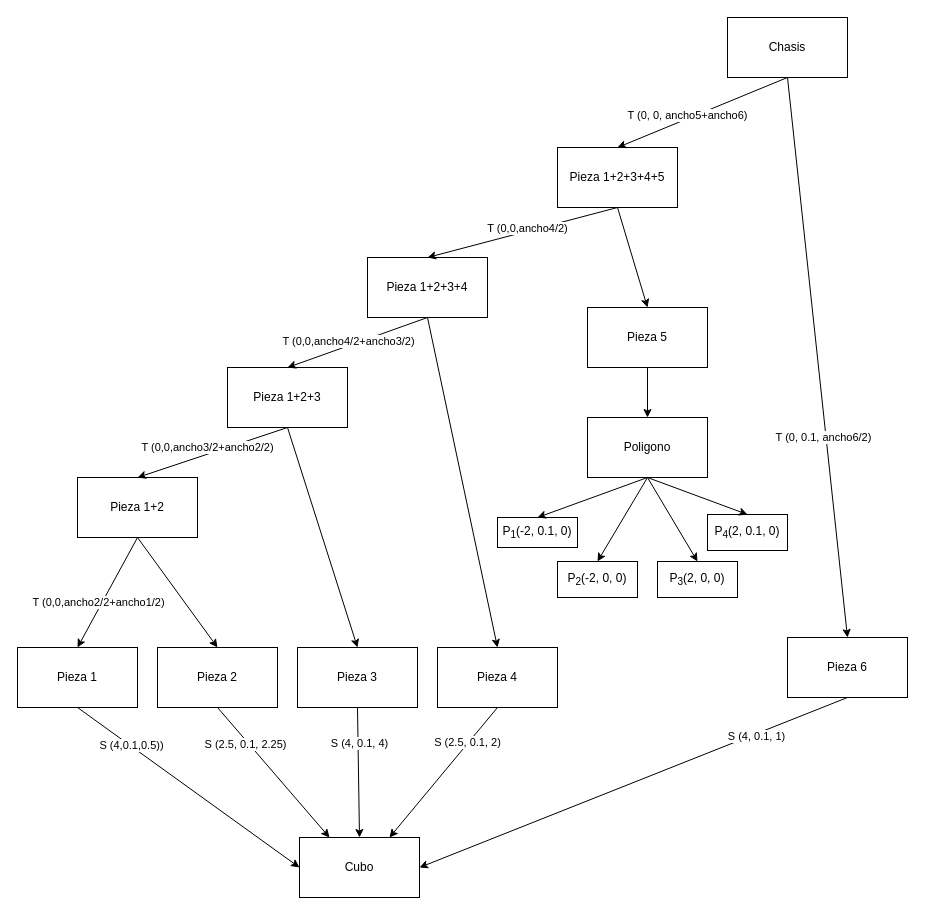
Earlier version of the draw.io diagram page "Chasis" (1 of 3) of grafo_escena.drawio (jorgelerre/descapotable). Source tidied: cells renumbered, new cells numbered last; positions are measured from the earlier drawing's top-left corner, leaving out a move shared by most shapes. Both pictures are drawn from the tidied source at 100%, with x=0, y=0 at pixel (17, 17).
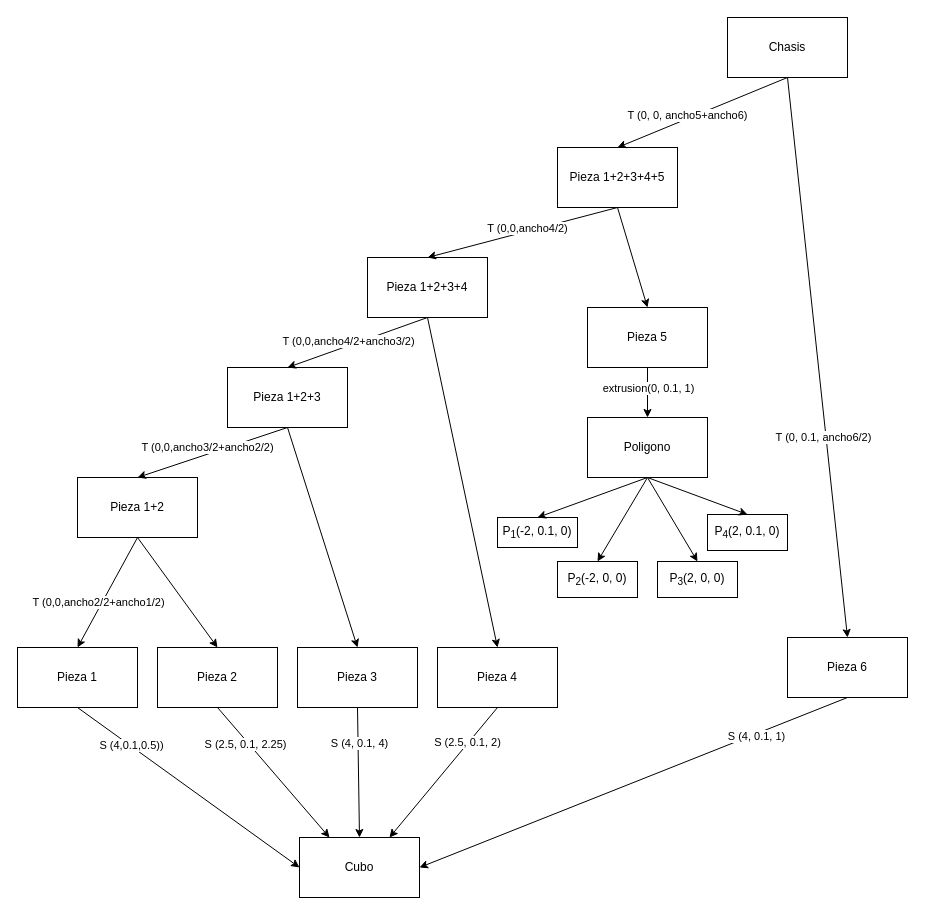
Above is the later version.

Commit message:
Grafo escena guardabarros + Carroceria Lateral

Unchanged cells that the change refers to:
```xml
<mxCell id="37" style="endArrow=classic;html=1;rounded=0;exitX=0.5;exitY=1;exitDx=0;exitDy=0;" parent="1" edge="1" source="10" target="4">
  <mxGeometry relative="1" as="geometry" />
</mxCell>
```

The edit, as a diff of the source:
```diff
@@
+    <mxCell id="51" value="extrusion(0, 0.1, 1)" style="edgeLabel;html=1;align=center;verticalAlign=middle;" parent="37" vertex="1">
+      <mxGeometry x="-0.48" y="-2" relative="1" as="geometry">
+        <mxPoint x="2" y="7" as="offset" />
+      </mxGeometry>
+    </mxCell>
```
